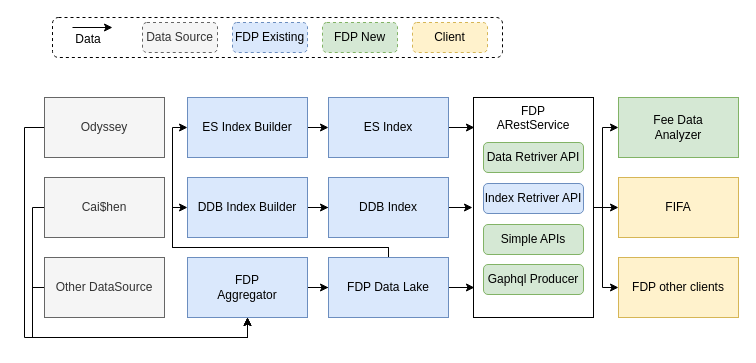
Above: FDP API Highlevel.drawio in wang2gua/test (draw.io), before the change. Source tidied: cells renumbered, new cells numbered last; positions are measured from the earlier drawing's top-left corner, leaving out a move shared by most shapes. Both pictures are drawn from the tidied source at 100%, with x=0, y=0 at pixel (32, 17).
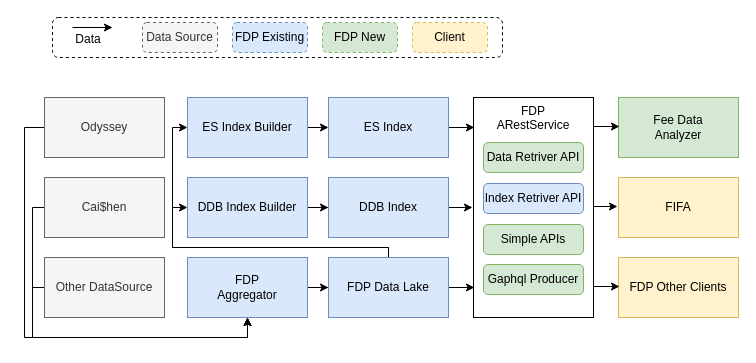
After the change.

Unchanged cells that the change refers to:
```xml
<mxCell id="25" value="&lt;div align=&quot;center&quot;&gt;FDP&lt;br&gt;ARestService&lt;/div&gt;" style="rounded=0;whiteSpace=wrap;html=1;align=center;verticalAlign=top;" parent="1" vertex="1">
  <mxGeometry x="441" y="80" width="120" height="220" as="geometry" />
</mxCell>
<mxCell id="26" value="Fee Data &lt;span class=&quot;op_dict3_font24 op_dict3_marginRight c-gap-right&quot;&gt;&lt;br&gt;Analyzer&lt;/span&gt;" style="rounded=0;whiteSpace=wrap;html=1;fillColor=#d5e8d4;strokeColor=#82b366;" parent="1" vertex="1">
  <mxGeometry x="586" y="80" width="120" height="60" as="geometry" />
</mxCell>
<mxCell id="29" value="FIFA " style="rounded=0;whiteSpace=wrap;html=1;fillColor=#fff2cc;strokeColor=#d6b656;" parent="1" vertex="1">
  <mxGeometry x="586" y="160" width="120" height="60" as="geometry" />
</mxCell>
```

Change to the diagram source:
```diff
@@
-    <mxCell id="22" style="edgeStyle=orthogonalEdgeStyle;rounded=0;jettySize=auto;html=1;entryX=0;entryY=0.5;entryDx=0;entryDy=0;" parent="1" edge="1" source="25" target="29">
-      <mxGeometry relative="1" as="geometry" />
-    </mxCell>
-    <mxCell id="23" style="edgeStyle=orthogonalEdgeStyle;rounded=0;jettySize=auto;html=1;entryX=0;entryY=0.5;entryDx=0;entryDy=0;" parent="1" edge="1" source="25" target="26">
-      <mxGeometry relative="1" as="geometry">
-        <Array as="points">
-          <mxPoint x="570" y="190" />
-          <mxPoint x="570" y="110" />
-        </Array>
-      </mxGeometry>
-    </mxCell>
-    <mxCell id="24" style="edgeStyle=orthogonalEdgeStyle;rounded=0;jettySize=auto;html=1;entryX=0;entryY=0.5;entryDx=0;entryDy=0;" parent="1" edge="1" source="25" target="32">
-      <mxGeometry relative="1" as="geometry">
-        <Array as="points">
-          <mxPoint x="570" y="190" />
-          <mxPoint x="570" y="270" />
-        </Array>
-      </mxGeometry>
-    </mxCell>
@@
-    <mxCell id="32" value="FDP other clients" style="rounded=0;whiteSpace=wrap;html=1;fillColor=#fff2cc;strokeColor=#d6b656;" parent="1" vertex="1">
+    <mxCell id="32" value="FDP Other Clients" style="rounded=0;whiteSpace=wrap;html=1;fillColor=#fff2cc;strokeColor=#d6b656;" parent="1" vertex="1">
       <mxGeometry x="586" y="240" width="120" height="60" as="geometry" />
     </mxCell>
@@
+    <mxCell id="40" style="edgeStyle=orthogonalEdgeStyle;rounded=0;orthogonalLoop=1;jettySize=auto;html=1;entryX=0.008;entryY=0.864;entryDx=0;entryDy=0;entryPerimeter=0;" parent="1" edge="1">
+      <mxGeometry relative="1" as="geometry">
+        <mxPoint x="561" y="269" as="sourcePoint" />
+        <mxPoint x="587" y="269.1" as="targetPoint" />
+      </mxGeometry>
+    </mxCell>
+    <mxCell id="41" style="edgeStyle=orthogonalEdgeStyle;rounded=0;orthogonalLoop=1;jettySize=auto;html=1;entryX=0.008;entryY=0.136;entryDx=0;entryDy=0;entryPerimeter=0;" parent="1" edge="1">
+      <mxGeometry relative="1" as="geometry">
+        <mxPoint x="561" y="109" as="sourcePoint" />
+        <mxPoint x="587" y="108.9" as="targetPoint" />
+      </mxGeometry>
+    </mxCell>
+    <mxCell id="42" style="edgeStyle=orthogonalEdgeStyle;rounded=0;orthogonalLoop=1;jettySize=auto;html=1;" parent="1" edge="1">
+      <mxGeometry relative="1" as="geometry">
+        <mxPoint x="561" y="189" as="sourcePoint" />
+        <mxPoint x="585" y="189" as="targetPoint" />
+      </mxGeometry>
+    </mxCell>
```
